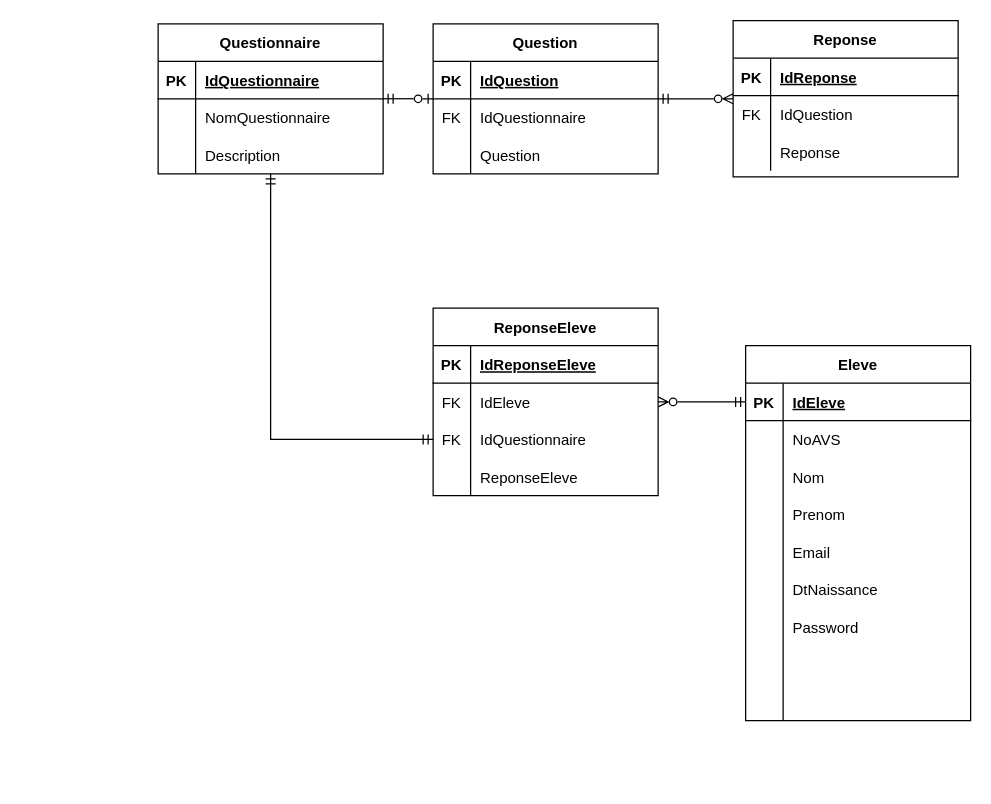
This is DBDiagram.drawio from Devetik/Diagrammes, a draw.io file, before an edit. Source tidied: cells renumbered, new cells numbered last; positions are measured from the earlier drawing's top-left corner, leaving out a move shared by most shapes. Both pictures are drawn from the tidied source at 125%, with x=0, y=0 at pixel (158, 20).
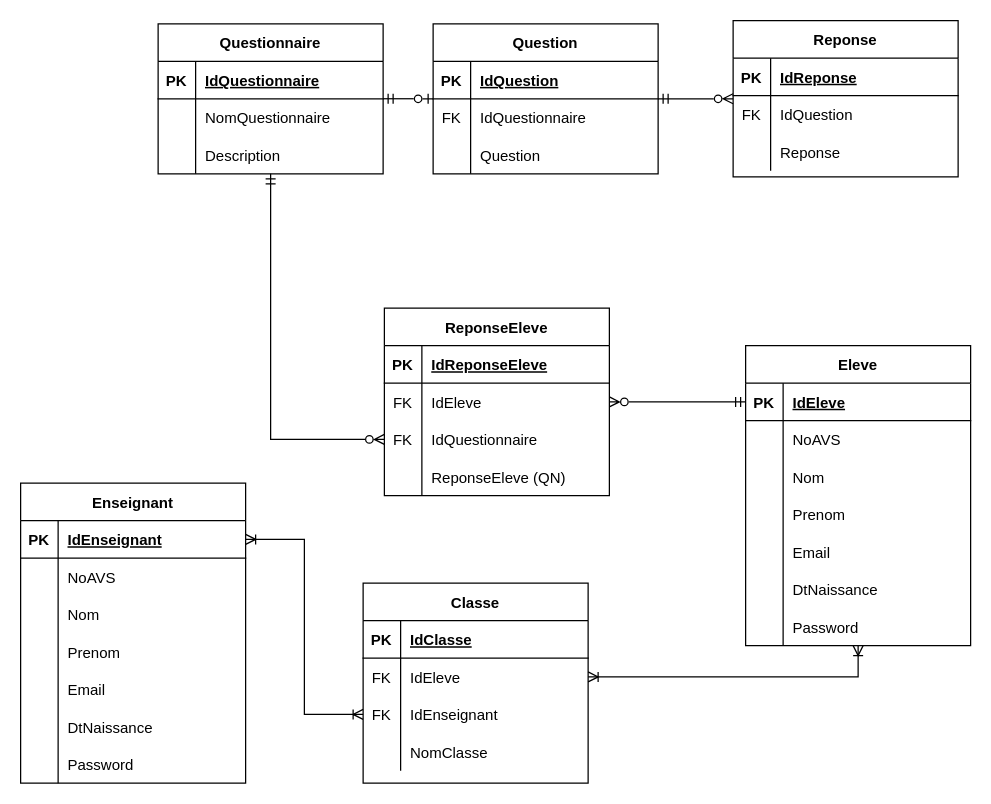
After the change.

Unchanged cells that the change refers to:
```xml
<mxCell id="32" value="Questionnaire" style="shape=table;startSize=30;childLayout=tableLayout;rowLines=0;fontStyle=1;align=center;" parent="1" vertex="1">
  <mxGeometry y="2.5" width="180" height="120" as="geometry" />
</mxCell>
<mxCell id="70" style="shape=tableRow;horizontal=0;startSize=0;swimlaneHead=0;swimlaneBody=0;fillColor=none;points=[[0,0.5],[1,0.5]];portConstraint=eastwest;top=0;left=0;right=0;bottom=0;" parent="63" vertex="1">
  <mxGeometry y="90" width="180" height="30" as="geometry" />
</mxCell>
<mxCell id="73" style="shape=tableRow;horizontal=0;startSize=0;swimlaneHead=0;swimlaneBody=0;fillColor=none;top=0;left=0;right=0;bottom=0;" parent="63" vertex="1">
  <mxGeometry y="120" width="180" height="30" as="geometry" />
</mxCell>
```

What changed in the source:
```diff
@@
     <mxCell id="3" value="Eleve" style="shape=table;startSize=30;childLayout=tableLayout;rowLines=0;fontStyle=1;align=center;" parent="1" vertex="1">
-      <mxGeometry x="470" y="260" width="180" height="300" as="geometry" />
+      <mxGeometry x="470" y="260" width="180" height="240" as="geometry" />
     </mxCell>
@@
-    <mxCell id="25" style="shape=tableRow;horizontal=0;startSize=0;swimlaneHead=0;swimlaneBody=0;fillColor=none;top=0;left=0;right=0;bottom=0;" parent="3" vertex="1">
-      <mxGeometry y="240" width="180" height="30" as="geometry" />
-    </mxCell>
-    <mxCell id="26" style="shape=partialRectangle;fillColor=none;top=0;left=0;bottom=0;right=0;overflow=hidden;" parent="25" vertex="1">
-      <mxGeometry width="30" height="30" as="geometry" />
-    </mxCell>
-    <mxCell id="27" style="shape=partialRectangle;fillColor=none;top=0;left=0;bottom=0;right=0;align=left;spacingLeft=6;overflow=hidden;" parent="25" vertex="1">
-      <mxGeometry x="30" width="150" height="30" as="geometry" />
-    </mxCell>
-    <mxCell id="28" style="shape=tableRow;horizontal=0;startSize=0;swimlaneHead=0;swimlaneBody=0;fillColor=none;top=0;left=0;right=0;bottom=0;" parent="3" vertex="1">
-      <mxGeometry y="270" width="180" height="30" as="geometry" />
-    </mxCell>
-    <mxCell id="29" style="shape=partialRectangle;fillColor=none;top=0;left=0;bottom=0;right=0;overflow=hidden;" parent="28" vertex="1">
-      <mxGeometry width="30" height="30" as="geometry" />
-    </mxCell>
-    <mxCell id="30" style="shape=partialRectangle;fillColor=none;top=0;left=0;bottom=0;right=0;align=left;spacingLeft=6;overflow=hidden;" parent="28" vertex="1">
-      <mxGeometry x="30" width="150" height="30" as="geometry" />
-    </mxCell>
@@
     <mxCell id="63" value="ReponseEleve" style="shape=table;startSize=30;childLayout=tableLayout;rowLines=0;fontStyle=1;align=center;" parent="1" vertex="1">
-      <mxGeometry x="220" y="230" width="180" height="150" as="geometry" />
+      <mxGeometry x="181" y="230" width="180" height="150" as="geometry" />
     </mxCell>
@@
-    <mxCell id="75" value="ReponseEleve" style="shape=partialRectangle;fillColor=none;top=0;left=0;bottom=0;right=0;align=left;spacingLeft=6;overflow=hidden;" parent="73" vertex="1">
+    <mxCell id="75" value="ReponseEleve (QN)" style="shape=partialRectangle;fillColor=none;top=0;left=0;bottom=0;right=0;align=left;spacingLeft=6;overflow=hidden;" parent="73" vertex="1">
       <mxGeometry x="30" width="150" height="30" as="geometry" />
     </mxCell>
-    <mxCell id="76" style="edgeStyle=orthogonalEdgeStyle;rounded=0;jettySize=auto;html=1;startArrow=ERmandOne;startFill=0;endArrow=ERmandOne;endFill=0;" parent="1" edge="1" source="70" target="32">
+    <mxCell id="76" style="edgeStyle=orthogonalEdgeStyle;rounded=0;jettySize=auto;html=1;startArrow=ERzeroToMany;startFill=0;endArrow=ERmandOne;endFill=0;exitX=0;exitY=0.5;exitDx=0;exitDy=0;" parent="1" edge="1" source="70" target="32">
       <mxGeometry relative="1" as="geometry" />
     </mxCell>
@@
+    <mxCell id="78" value="Classe" style="shape=table;startSize=30;childLayout=tableLayout;rowLines=0;fontStyle=1;align=center;" parent="1" vertex="1">
+      <mxGeometry x="164" y="450" width="180" height="160" as="geometry" />
+    </mxCell>
+    <mxCell id="79" style="shape=tableRow;horizontal=0;startSize=0;swimlaneHead=0;swimlaneBody=0;fillColor=none;top=0;left=0;right=0;bottom=1;" parent="78" vertex="1">
+      <mxGeometry y="30" width="180" height="30" as="geometry" />
+    </mxCell>
+    <mxCell id="80" value="PK" style="shape=partialRectangle;fillColor=none;top=0;left=0;bottom=0;right=0;fontStyle=1;overflow=hidden;" parent="79" vertex="1">
+      <mxGeometry width="30" height="30" as="geometry" />
+    </mxCell>
+    <mxCell id="81" value="IdClasse" style="shape=partialRectangle;fillColor=none;top=0;left=0;bottom=0;right=0;align=left;spacingLeft=6;fontStyle=5;overflow=hidden;" parent="79" vertex="1">
+      <mxGeometry x="30" width="150" height="30" as="geometry" />
+    </mxCell>
+    <mxCell id="82" style="shape=tableRow;horizontal=0;startSize=0;swimlaneHead=0;swimlaneBody=0;fillColor=none;points=[[0,0.5],[1,0.5]];portConstraint=eastwest;top=0;left=0;right=0;bottom=0;" parent="78" vertex="1">
+      <mxGeometry y="60" width="180" height="30" as="geometry" />
+    </mxCell>
+    <mxCell id="83" value="FK" style="shape=partialRectangle;fillColor=none;top=0;left=0;bottom=0;right=0;overflow=hidden;" parent="82" vertex="1">
+      <mxGeometry width="30" height="30" as="geometry" />
+    </mxCell>
+    <mxCell id="84" value="IdEleve" style="shape=partialRectangle;fillColor=none;top=0;left=0;bottom=0;right=0;align=left;spacingLeft=6;overflow=hidden;" parent="82" vertex="1">
+      <mxGeometry x="30" width="150" height="30" as="geometry" />
+    </mxCell>
+    <mxCell id="85" style="shape=tableRow;horizontal=0;startSize=0;swimlaneHead=0;swimlaneBody=0;fillColor=none;points=[[0,0.5],[1,0.5]];portConstraint=eastwest;top=0;left=0;right=0;bottom=0;" parent="78" vertex="1">
+      <mxGeometry y="90" width="180" height="30" as="geometry" />
+    </mxCell>
+    <mxCell id="86" value="FK" style="shape=partialRectangle;fillColor=none;top=0;left=0;bottom=0;right=0;overflow=hidden;" parent="85" vertex="1">
+      <mxGeometry width="30" height="30" as="geometry" />
+    </mxCell>
+    <mxCell id="87" value="IdEnseignant" style="shape=partialRectangle;fillColor=none;top=0;left=0;bottom=0;right=0;align=left;spacingLeft=6;overflow=hidden;" parent="85" vertex="1">
+      <mxGeometry x="30" width="150" height="30" as="geometry" />
+    </mxCell>
+    <mxCell id="88" style="shape=tableRow;horizontal=0;startSize=0;swimlaneHead=0;swimlaneBody=0;fillColor=none;top=0;left=0;right=0;bottom=0;" parent="78" vertex="1">
+      <mxGeometry y="120" width="180" height="30" as="geometry" />
+    </mxCell>
+    <mxCell id="89" style="shape=partialRectangle;fillColor=none;top=0;left=0;bottom=0;right=0;overflow=hidden;" parent="88" vertex="1">
+      <mxGeometry width="30" height="30" as="geometry" />
+    </mxCell>
+    <mxCell id="90" value="NomClasse" style="shape=partialRectangle;fillColor=none;top=0;left=0;bottom=0;right=0;align=left;spacingLeft=6;overflow=hidden;" parent="88" vertex="1">
+      <mxGeometry x="30" width="150" height="30" as="geometry" />
+    </mxCell>
+    <mxCell id="91" style="edgeStyle=orthogonalEdgeStyle;rounded=0;jettySize=auto;html=1;entryX=0.5;entryY=0;entryDx=0;entryDy=0;startArrow=ERzeroToMany;startFill=0;endArrow=ERzeroToMany;endFill=0;" parent="1" edge="1" target="78">
+      <mxGeometry relative="1" as="geometry" />
+    </mxCell>
+    <mxCell id="92" style="edgeStyle=orthogonalEdgeStyle;rounded=0;jettySize=auto;html=1;startArrow=ERoneToMany;startFill=0;endArrow=ERoneToMany;endFill=0;exitX=1;exitY=0.5;exitDx=0;exitDy=0;" parent="1" edge="1" source="82" target="3">
+      <mxGeometry relative="1" as="geometry" />
+    </mxCell>
+    <mxCell id="93" value="Enseignant" style="shape=table;startSize=30;childLayout=tableLayout;rowLines=0;fontStyle=1;align=center;" parent="1" vertex="1">
+      <mxGeometry x="-110" y="370" width="180" height="240" as="geometry" />
+    </mxCell>
+    <mxCell id="94" style="shape=tableRow;horizontal=0;startSize=0;swimlaneHead=0;swimlaneBody=0;fillColor=none;points=[[0,0.5],[1,0.5]];portConstraint=eastwest;top=0;left=0;right=0;bottom=1;" parent="93" vertex="1">
+      <mxGeometry y="30" width="180" height="30" as="geometry" />
+    </mxCell>
+    <mxCell id="95" value="PK" style="shape=partialRectangle;fillColor=none;top=0;left=0;bottom=0;right=0;fontStyle=1;overflow=hidden;" parent="94" vertex="1">
+      <mxGeometry width="30" height="30" as="geometry" />
+    </mxCell>
+    <mxCell id="96" value="IdEnseignant" style="shape=partialRectangle;fillColor=none;top=0;left=0;bottom=0;right=0;align=left;spacingLeft=6;fontStyle=5;overflow=hidden;" parent="94" vertex="1">
+      <mxGeometry x="30" width="150" height="30" as="geometry" />
+    </mxCell>
+    <mxCell id="97" style="shape=tableRow;horizontal=0;startSize=0;swimlaneHead=0;swimlaneBody=0;fillColor=none;top=0;left=0;right=0;bottom=0;" parent="93" vertex="1">
+      <mxGeometry y="60" width="180" height="30" as="geometry" />
+    </mxCell>
+    <mxCell id="98" style="shape=partialRectangle;fillColor=none;top=0;left=0;bottom=0;right=0;overflow=hidden;" parent="97" vertex="1">
+      <mxGeometry width="30" height="30" as="geometry" />
+    </mxCell>
+    <mxCell id="99" value="NoAVS" style="shape=partialRectangle;fillColor=none;top=0;left=0;bottom=0;right=0;align=left;spacingLeft=6;overflow=hidden;" parent="97" vertex="1">
+      <mxGeometry x="30" width="150" height="30" as="geometry" />
+    </mxCell>
+    <mxCell id="100" style="shape=tableRow;horizontal=0;startSize=0;swimlaneHead=0;swimlaneBody=0;fillColor=none;top=0;left=0;right=0;bottom=0;" parent="93" vertex="1">
+      <mxGeometry y="90" width="180" height="30" as="geometry" />
+    </mxCell>
+    <mxCell id="101" style="shape=partialRectangle;fillColor=none;top=0;left=0;bottom=0;right=0;overflow=hidden;" parent="100" vertex="1">
+      <mxGeometry width="30" height="30" as="geometry" />
+    </mxCell>
+    <mxCell id="102" value="Nom" style="shape=partialRectangle;fillColor=none;top=0;left=0;bottom=0;right=0;align=left;spacingLeft=6;overflow=hidden;" parent="100" vertex="1">
+      <mxGeometry x="30" width="150" height="30" as="geometry" />
+    </mxCell>
+    <mxCell id="103" style="shape=tableRow;horizontal=0;startSize=0;swimlaneHead=0;swimlaneBody=0;fillColor=none;top=0;left=0;right=0;bottom=0;" parent="93" vertex="1">
+      <mxGeometry y="120" width="180" height="30" as="geometry" />
+    </mxCell>
+    <mxCell id="104" style="shape=partialRectangle;fillColor=none;top=0;left=0;bottom=0;right=0;overflow=hidden;" parent="103" vertex="1">
+      <mxGeometry width="30" height="30" as="geometry" />
+    </mxCell>
+    <mxCell id="105" value="Prenom" style="shape=partialRectangle;fillColor=none;top=0;left=0;bottom=0;right=0;align=left;spacingLeft=6;overflow=hidden;" parent="103" vertex="1">
+      <mxGeometry x="30" width="150" height="30" as="geometry" />
+    </mxCell>
+    <mxCell id="106" style="shape=tableRow;horizontal=0;startSize=0;swimlaneHead=0;swimlaneBody=0;fillColor=none;top=0;left=0;right=0;bottom=0;" parent="93" vertex="1">
+      <mxGeometry y="150" width="180" height="30" as="geometry" />
+    </mxCell>
+    <mxCell id="107" style="shape=partialRectangle;fillColor=none;top=0;left=0;bottom=0;right=0;overflow=hidden;" parent="106" vertex="1">
+      <mxGeometry width="30" height="30" as="geometry" />
+    </mxCell>
+    <mxCell id="108" value="Email" style="shape=partialRectangle;fillColor=none;top=0;left=0;bottom=0;right=0;align=left;spacingLeft=6;overflow=hidden;" parent="106" vertex="1">
+      <mxGeometry x="30" width="150" height="30" as="geometry" />
+    </mxCell>
+    <mxCell id="109" style="shape=tableRow;horizontal=0;startSize=0;swimlaneHead=0;swimlaneBody=0;fillColor=none;top=0;left=0;right=0;bottom=0;" parent="93" vertex="1">
+      <mxGeometry y="180" width="180" height="30" as="geometry" />
+    </mxCell>
+    <mxCell id="110" style="shape=partialRectangle;fillColor=none;top=0;left=0;bottom=0;right=0;overflow=hidden;" parent="109" vertex="1">
+      <mxGeometry width="30" height="30" as="geometry" />
+    </mxCell>
+    <mxCell id="111" value="DtNaissance" style="shape=partialRectangle;fillColor=none;top=0;left=0;bottom=0;right=0;align=left;spacingLeft=6;overflow=hidden;" parent="109" vertex="1">
+      <mxGeometry x="30" width="150" height="30" as="geometry" />
+    </mxCell>
+    <mxCell id="112" style="shape=tableRow;horizontal=0;startSize=0;swimlaneHead=0;swimlaneBody=0;fillColor=none;top=0;left=0;right=0;bottom=0;" parent="93" vertex="1">
+      <mxGeometry y="210" width="180" height="30" as="geometry" />
+    </mxCell>
+    <mxCell id="113" style="shape=partialRectangle;fillColor=none;top=0;left=0;bottom=0;right=0;overflow=hidden;" parent="112" vertex="1">
+      <mxGeometry width="30" height="30" as="geometry" />
+    </mxCell>
+    <mxCell id="114" value="Password" style="shape=partialRectangle;fillColor=none;top=0;left=0;bottom=0;right=0;align=left;spacingLeft=6;overflow=hidden;" parent="112" vertex="1">
+      <mxGeometry x="30" width="150" height="30" as="geometry" />
+    </mxCell>
+    <mxCell id="115" style="edgeStyle=orthogonalEdgeStyle;rounded=0;jettySize=auto;html=1;entryX=0;entryY=0.5;entryDx=0;entryDy=0;startArrow=ERoneToMany;startFill=0;endArrow=ERoneToMany;endFill=0;" parent="1" edge="1" source="94" target="85">
+      <mxGeometry relative="1" as="geometry" />
+    </mxCell>
```
